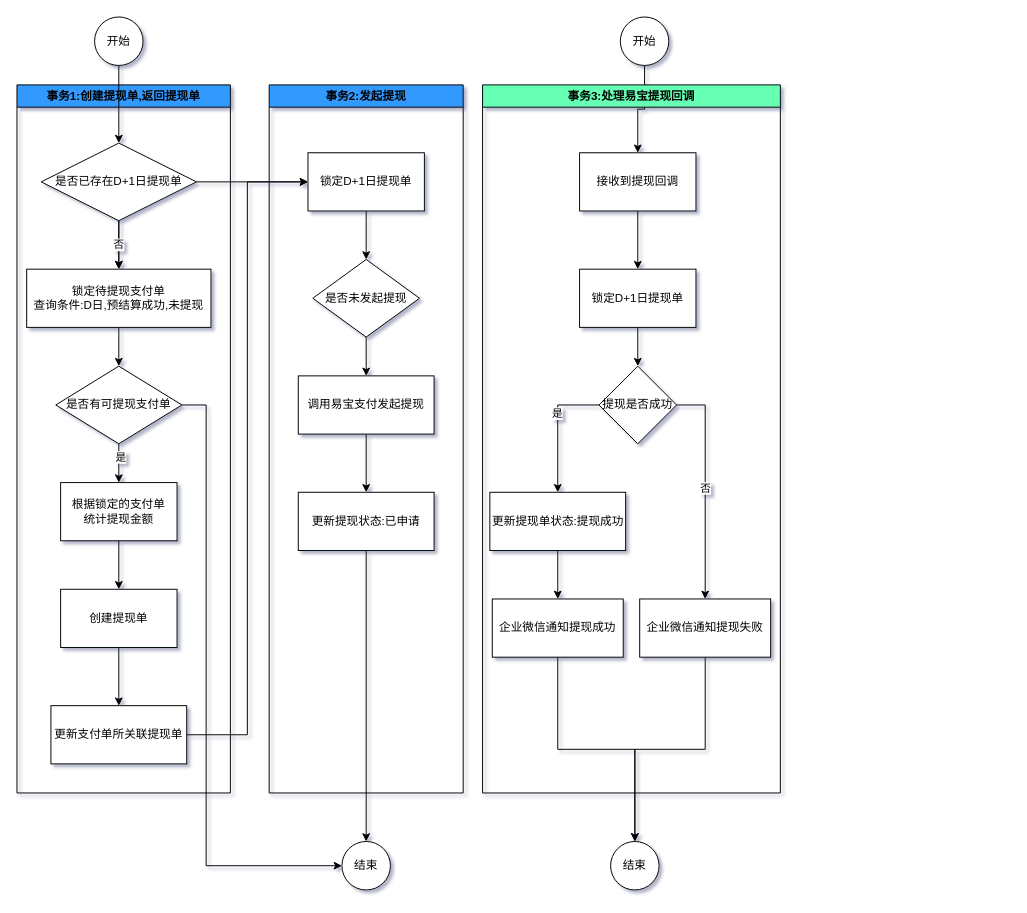
Before: 易宝支付提现流程.drawio in catface996/images, a draw.io diagram. Source tidied: cells renumbered, new cells numbered last; positions are measured from the earlier drawing's top-left corner, leaving out a move shared by most shapes. Both pictures are drawn from the tidied source at 97%, with x=0, y=0 at pixel (16, 16).
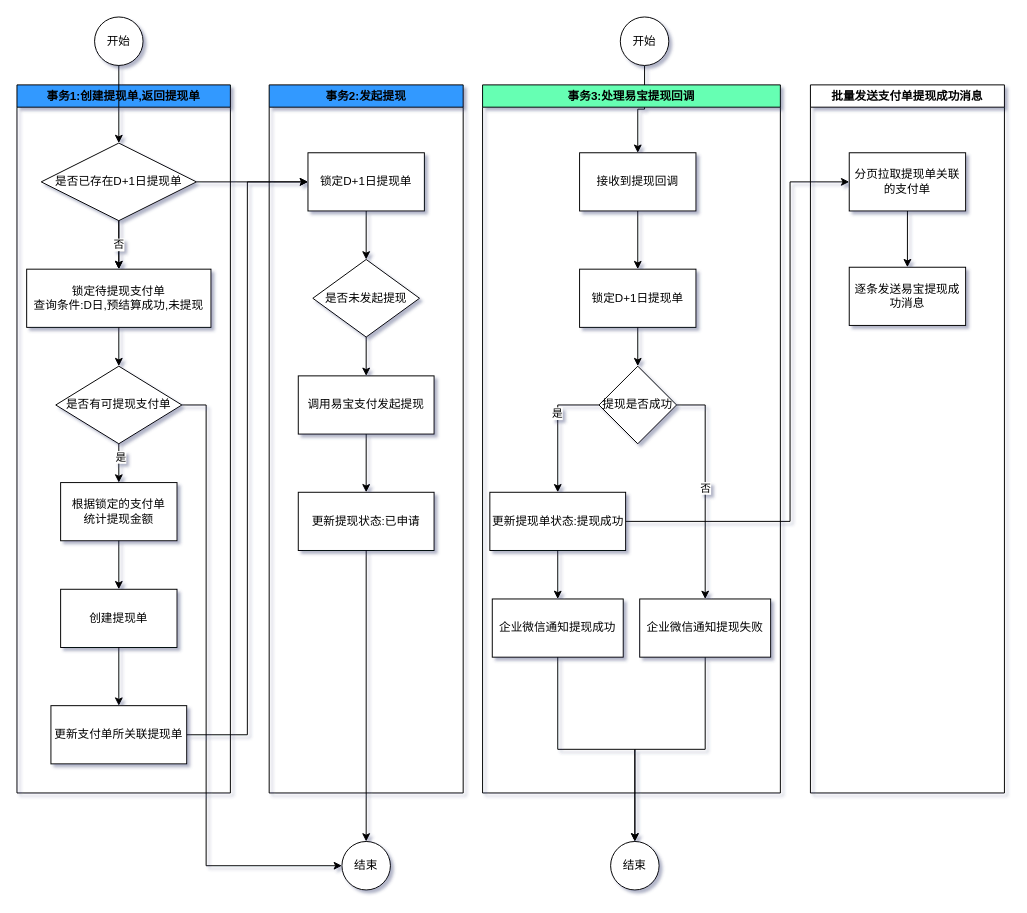
The same page after the edit.

Commit message:
更新易宝支付提现流程.drawio

The change refers to these unchanged cells:
```xml
<mxCell id="41" value="更新提现单状态:提现成功" style="rounded=0;whiteSpace=wrap;html=1;" parent="32" vertex="1">
  <mxGeometry x="7.5" y="420" width="140" height="60" as="geometry" />
</mxCell>
```

The edit, as a diff of the source:
```diff
@@
+    <mxCell id="49" style="edgeStyle=orthogonalEdgeStyle;rounded=0;jettySize=auto;html=1;entryX=0.5;entryY=0;entryDx=0;entryDy=0;" parent="1" edge="1" source="50" target="51">
+      <mxGeometry relative="1" as="geometry" />
+    </mxCell>
+    <mxCell id="50" value="分页拉取提现单关联的支付单" style="rounded=0;whiteSpace=wrap;html=1;fillColor=#FFFFFF;" parent="1" vertex="1">
+      <mxGeometry x="858" y="140" width="120" height="60" as="geometry" />
+    </mxCell>
+    <mxCell id="51" value="逐条发送易宝提现成功消息" style="rounded=0;whiteSpace=wrap;html=1;fillColor=#FFFFFF;" parent="1" vertex="1">
+      <mxGeometry x="858" y="258" width="120" height="60" as="geometry" />
+    </mxCell>
+    <mxCell id="52" style="edgeStyle=orthogonalEdgeStyle;rounded=0;jettySize=auto;html=1;entryX=0;entryY=0.5;entryDx=0;entryDy=0;" parent="1" edge="1" source="41" target="50">
+      <mxGeometry relative="1" as="geometry">
+        <Array as="points">
+          <mxPoint x="797" y="520" />
+          <mxPoint x="797" y="170" />
+        </Array>
+      </mxGeometry>
+    </mxCell>
+    <mxCell id="53" value="批量发送支付单提现成功消息" style="swimlane;fillColor=#FFFFFF;" parent="1" vertex="1">
+      <mxGeometry x="818" y="70" width="200" height="730" as="geometry" />
+    </mxCell>
```
